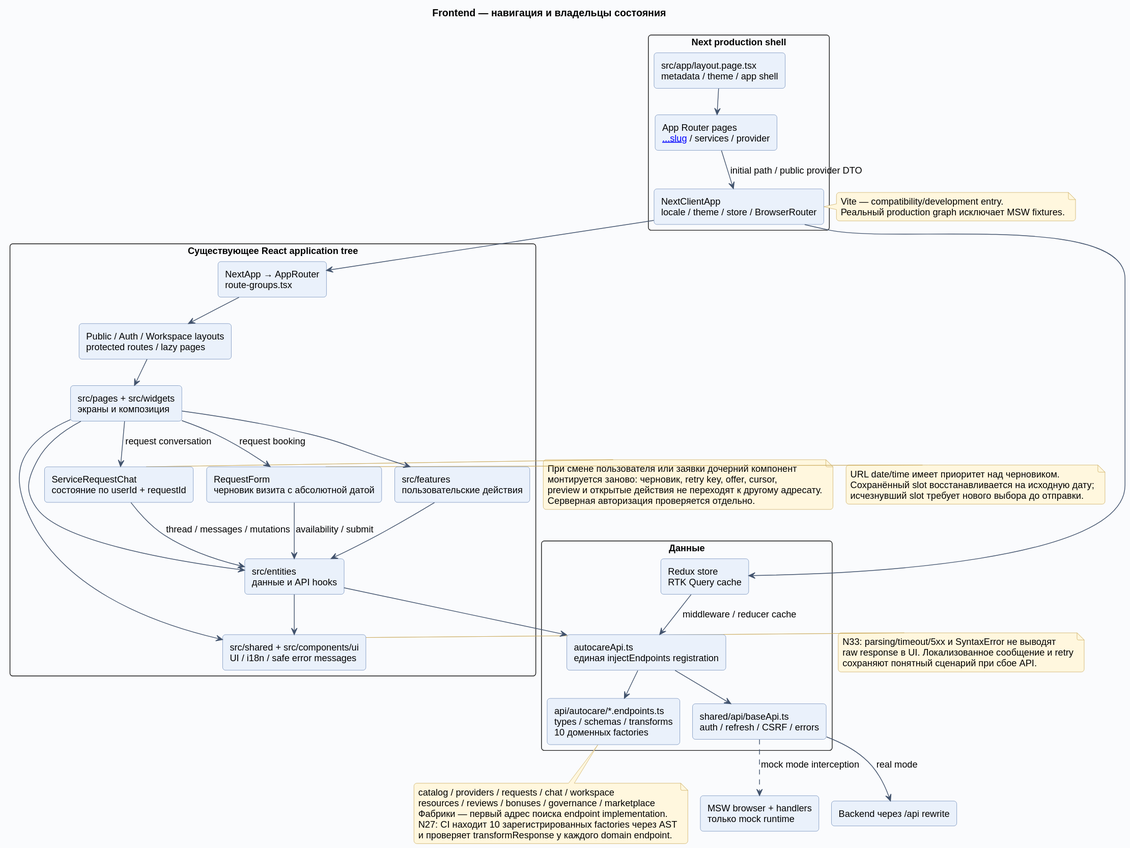
This is docs/diagrams/rendered/03-frontend.svg from Dima163163/auto-care-hub, a PlantUML export, as it was before one commit.
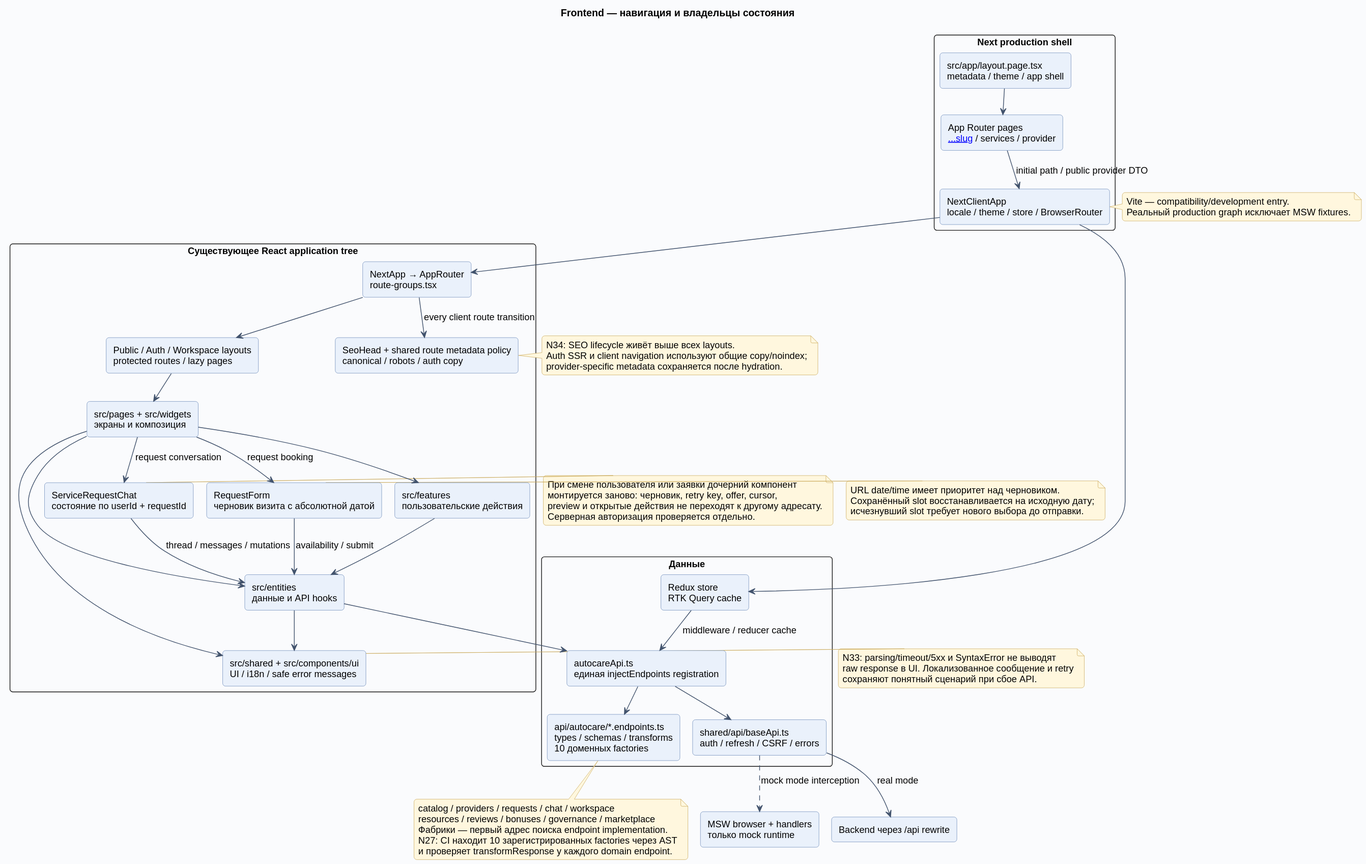
After the change.

The edit, as a diff of the source:
```diff
@@ -9,6 +9,7 @@
 }
 package "Существующее React application tree" {
   component "NextApp → AppRouter\nroute-groups.tsx" as Router
+  component "SeoHead + shared route metadata policy\ncanonical / robots / auth copy" as Seo
   component "Public / Auth / Workspace layouts\nprotected routes / lazy pages" as Routes
   component "src/pages + src/widgets\nэкраны и композиция" as Screens
   component "src/features\nпользовательские действия" as Features
@@ -28,6 +29,7 @@
 Layout --> Pages
 Pages --> Client : initial path / public provider DTO
 Client --> Router
+Router --> Seo : every client route transition
 Router --> Routes
 Routes --> Screens
 Screens --> Features
@@ -57,6 +59,11 @@
   Vite — compatibility/development entry.
   Реальный production graph исключает MSW fixtures.
 end note
+note right of Seo
+  N34: SEO lifecycle живёт выше всех layouts.
+  Auth SSR и client navigation используют общие copy/noindex;
+  provider-specific metadata сохраняется после hydration.
+end note
 note right of Shared
   N33: parsing/timeout/5xx и SyntaxError не выводят
   raw response в UI. Локализованное сообщение и retry
```
